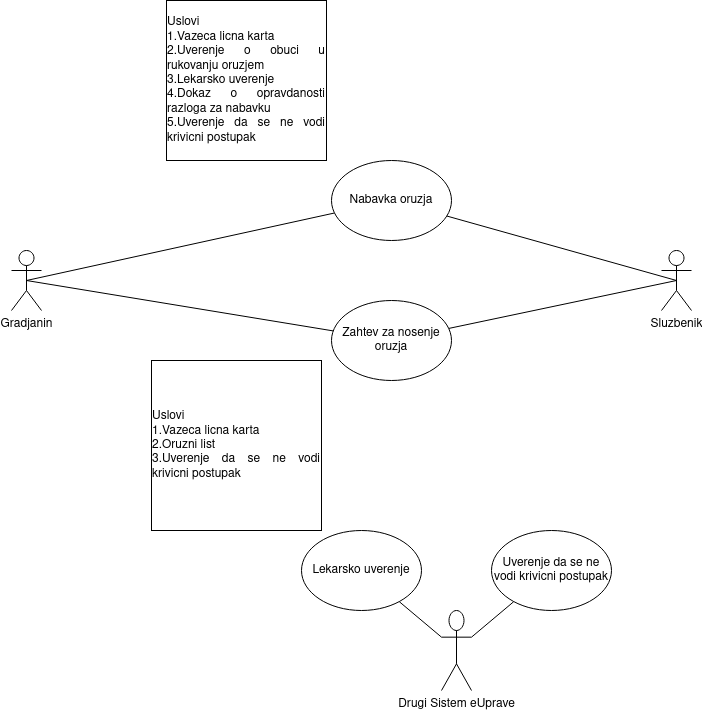
The draw.io diagram 8. MUP - oruzje/Use_case_diagram.png in stefanjelkic00/eUprava-1, before a commit. Source tidied: cells renumbered, new cells last; positions are measured from the earlier drawing's top-left corner, leaving out a move shared by most shapes. Its diagram source:
```xml
<mxGraphModel>
  <root>
    <mxCell id="0" />
    <mxCell id="1" parent="0" />
    <mxCell id="2" value="Gradjanin" style="shape=umlActor;verticalLabelPosition=bottom;verticalAlign=top;html=1;outlineConnect=0;" parent="1" vertex="1">
      <mxGeometry y="250" width="30" height="60" as="geometry" />
    </mxCell>
    <mxCell id="3" value="Nabavka oruzja" style="ellipse;whiteSpace=wrap;html=1;" parent="1" vertex="1">
      <mxGeometry x="320" y="160" width="120" height="80" as="geometry" />
    </mxCell>
    <mxCell id="4" value="Zahtev za nosenje oruzja" style="ellipse;whiteSpace=wrap;html=1;" parent="1" vertex="1">
      <mxGeometry x="320" y="300" width="120" height="80" as="geometry" />
    </mxCell>
    <mxCell id="5" value="&lt;div align=&quot;justify&quot;&gt;Uslovi&lt;/div&gt;&lt;div align=&quot;justify&quot;&gt; 1.Vazeca licna karta&lt;/div&gt;&lt;div align=&quot;justify&quot;&gt;2.Uverenje o obuci u rukovanju oruzjem&lt;/div&gt;&lt;div align=&quot;justify&quot;&gt;3.Lekarsko uverenje&lt;/div&gt;&lt;div align=&quot;justify&quot;&gt;4.Dokaz o opravdanosti razloga za nabavku&lt;/div&gt;&lt;div align=&quot;justify&quot;&gt;5.Uverenje da se ne vodi krivicni postupak&lt;/div&gt;" style="whiteSpace=wrap;html=1;" parent="1" vertex="1">
      <mxGeometry x="155" width="160" height="160" as="geometry" />
    </mxCell>
    <mxCell id="6" value="&lt;div align=&quot;justify&quot;&gt;Uslovi&lt;/div&gt;&lt;div align=&quot;justify&quot;&gt;1.Vazeca licna karta&lt;/div&gt;&lt;div align=&quot;justify&quot;&gt;2.Oruzni list&lt;/div&gt;&lt;div align=&quot;justify&quot;&gt;3.Uverenje da se ne vodi krivicni postupak&lt;/div&gt;" style="whiteSpace=wrap;html=1;" parent="1" vertex="1">
      <mxGeometry x="140" y="360" width="170" height="170" as="geometry" />
    </mxCell>
    <mxCell id="7" value="Drugi Sistem eUprave" style="shape=umlActor;verticalLabelPosition=bottom;verticalAlign=top;html=1;outlineConnect=0;" parent="1" vertex="1">
      <mxGeometry x="430" y="610" width="30" height="80" as="geometry" />
    </mxCell>
    <mxCell id="8" value="Lekarsko uverenje" style="ellipse;whiteSpace=wrap;html=1;" parent="1" vertex="1">
      <mxGeometry x="290" y="530" width="120" height="80" as="geometry" />
    </mxCell>
    <mxCell id="9" value="Uverenje da se ne vodi krivicni postupak" style="ellipse;whiteSpace=wrap;html=1;" parent="1" vertex="1">
      <mxGeometry x="480" y="530" width="120" height="80" as="geometry" />
    </mxCell>
    <mxCell id="10" style="endArrow=none;html=1;rounded=0;exitX=0;exitY=0.3333333333333333;exitDx=0;exitDy=0;exitPerimeter=0;" parent="1" edge="1" source="7" target="8">
      <mxGeometry relative="1" as="geometry" />
    </mxCell>
    <mxCell id="11" style="endArrow=none;html=1;rounded=0;exitX=1;exitY=0.3333333333333333;exitDx=0;exitDy=0;exitPerimeter=0;" parent="1" edge="1" source="7" target="9">
      <mxGeometry relative="1" as="geometry" />
    </mxCell>
    <mxCell id="12" value="Sluzbenik" style="shape=umlActor;verticalLabelPosition=bottom;verticalAlign=top;html=1;outlineConnect=0;" parent="1" vertex="1">
      <mxGeometry x="650" y="250" width="30" height="60" as="geometry" />
    </mxCell>
    <mxCell id="13" style="endArrow=none;html=1;rounded=0;exitX=0.5;exitY=0.5;exitDx=0;exitDy=0;exitPerimeter=0;" parent="1" edge="1" source="2" target="3">
      <mxGeometry relative="1" as="geometry" />
    </mxCell>
    <mxCell id="14" style="endArrow=none;html=1;rounded=0;exitX=0.5;exitY=0.5;exitDx=0;exitDy=0;exitPerimeter=0;" parent="1" edge="1" source="2" target="4">
      <mxGeometry relative="1" as="geometry" />
    </mxCell>
    <mxCell id="15" style="endArrow=none;html=1;rounded=0;entryX=0.5;entryY=0.5;entryDx=0;entryDy=0;entryPerimeter=0;" parent="1" edge="1" source="4" target="12">
      <mxGeometry relative="1" as="geometry" />
    </mxCell>
    <mxCell id="16" style="endArrow=none;html=1;rounded=0;entryX=0.5;entryY=0.5;entryDx=0;entryDy=0;entryPerimeter=0;" parent="1" edge="1" source="3" target="12">
      <mxGeometry relative="1" as="geometry" />
    </mxCell>
  </root>
</mxGraphModel>
```
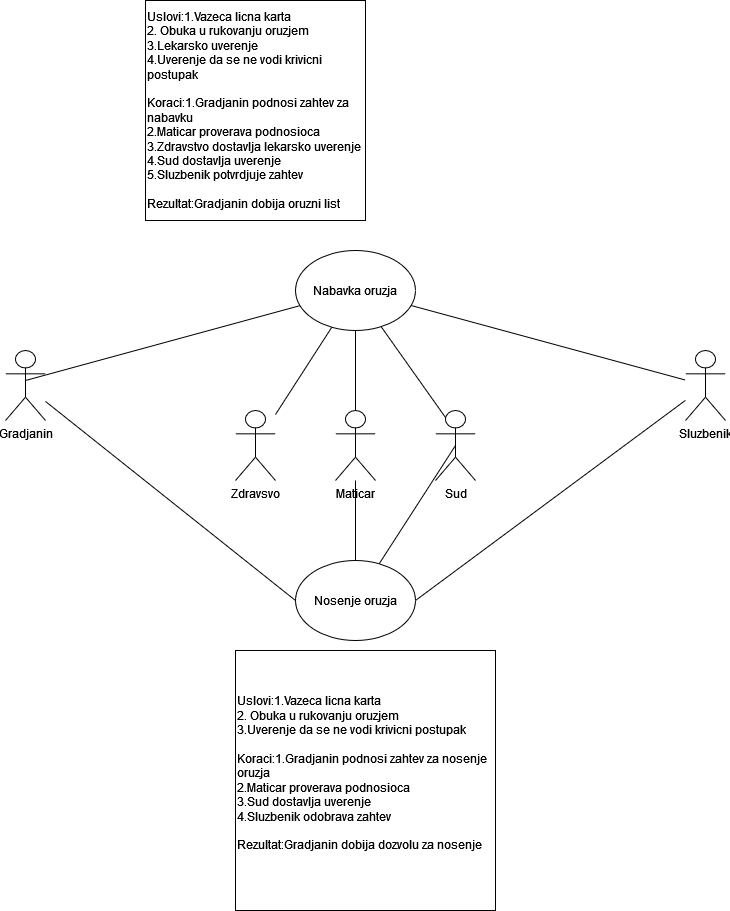
After the commit.

The edit, as a diff of the source:
```diff
@@ -3,49 +3,60 @@
     <mxCell id="0" />
     <mxCell id="1" parent="0" />
     <mxCell id="2" value="Gradjanin" style="shape=umlActor;verticalLabelPosition=bottom;verticalAlign=top;html=1;outlineConnect=0;" parent="1" vertex="1">
-      <mxGeometry y="250" width="30" height="60" as="geometry" />
+      <mxGeometry x="-30" y="370" width="40" height="70" as="geometry" />
     </mxCell>
+    <mxCell id="12" value="Sluzbenik" style="shape=umlActor;verticalLabelPosition=bottom;verticalAlign=top;html=1;outlineConnect=0;" parent="1" vertex="1">
+      <mxGeometry x="650" y="370" width="40" height="70" as="geometry" />
+    </mxCell>
     <mxCell id="3" value="Nabavka oruzja" style="ellipse;whiteSpace=wrap;html=1;" parent="1" vertex="1">
-      <mxGeometry x="320" y="160" width="120" height="80" as="geometry" />
+      <mxGeometry x="260" y="270" width="120" height="80" as="geometry" />
     </mxCell>
-    <mxCell id="4" value="Zahtev za nosenje oruzja" style="ellipse;whiteSpace=wrap;html=1;" parent="1" vertex="1">
-      <mxGeometry x="320" y="300" width="120" height="80" as="geometry" />
-    </mxCell>
-    <mxCell id="5" value="&lt;div align=&quot;justify&quot;&gt;Uslovi&lt;/div&gt;&lt;div align=&quot;justify&quot;&gt; 1.Vazeca licna karta&lt;/div&gt;&lt;div align=&quot;justify&quot;&gt;2.Uverenje o obuci u rukovanju oruzjem&lt;/div&gt;&lt;div align=&quot;justify&quot;&gt;3.Lekarsko uverenje&lt;/div&gt;&lt;div align=&quot;justify&quot;&gt;4.Dokaz o opravdanosti razloga za nabavku&lt;/div&gt;&lt;div align=&quot;justify&quot;&gt;5.Uverenje da se ne vodi krivicni postupak&lt;/div&gt;" style="whiteSpace=wrap;html=1;" parent="1" vertex="1">
-      <mxGeometry x="155" width="160" height="160" as="geometry" />
-    </mxCell>
-    <mxCell id="6" value="&lt;div align=&quot;justify&quot;&gt;Uslovi&lt;/div&gt;&lt;div align=&quot;justify&quot;&gt;1.Vazeca licna karta&lt;/div&gt;&lt;div align=&quot;justify&quot;&gt;2.Oruzni list&lt;/div&gt;&lt;div align=&quot;justify&quot;&gt;3.Uverenje da se ne vodi krivicni postupak&lt;/div&gt;" style="whiteSpace=wrap;html=1;" parent="1" vertex="1">
-      <mxGeometry x="140" y="360" width="170" height="170" as="geometry" />
-    </mxCell>
-    <mxCell id="7" value="Drugi Sistem eUprave" style="shape=umlActor;verticalLabelPosition=bottom;verticalAlign=top;html=1;outlineConnect=0;" parent="1" vertex="1">
-      <mxGeometry x="430" y="610" width="30" height="80" as="geometry" />
-    </mxCell>
-    <mxCell id="8" value="Lekarsko uverenje" style="ellipse;whiteSpace=wrap;html=1;" parent="1" vertex="1">
-      <mxGeometry x="290" y="530" width="120" height="80" as="geometry" />
-    </mxCell>
-    <mxCell id="9" value="Uverenje da se ne vodi krivicni postupak" style="ellipse;whiteSpace=wrap;html=1;" parent="1" vertex="1">
-      <mxGeometry x="480" y="530" width="120" height="80" as="geometry" />
-    </mxCell>
-    <mxCell id="10" style="endArrow=none;html=1;rounded=0;exitX=0;exitY=0.3333333333333333;exitDx=0;exitDy=0;exitPerimeter=0;" parent="1" edge="1" source="7" target="8">
-      <mxGeometry relative="1" as="geometry" />
-    </mxCell>
-    <mxCell id="11" style="endArrow=none;html=1;rounded=0;exitX=1;exitY=0.3333333333333333;exitDx=0;exitDy=0;exitPerimeter=0;" parent="1" edge="1" source="7" target="9">
-      <mxGeometry relative="1" as="geometry" />
-    </mxCell>
-    <mxCell id="12" value="Sluzbenik" style="shape=umlActor;verticalLabelPosition=bottom;verticalAlign=top;html=1;outlineConnect=0;" parent="1" vertex="1">
-      <mxGeometry x="650" y="250" width="30" height="60" as="geometry" />
-    </mxCell>
-    <mxCell id="13" style="endArrow=none;html=1;rounded=0;exitX=0.5;exitY=0.5;exitDx=0;exitDy=0;exitPerimeter=0;" parent="1" edge="1" source="2" target="3">
-      <mxGeometry relative="1" as="geometry" />
-    </mxCell>
-    <mxCell id="14" style="endArrow=none;html=1;rounded=0;exitX=0.5;exitY=0.5;exitDx=0;exitDy=0;exitPerimeter=0;" parent="1" edge="1" source="2" target="4">
-      <mxGeometry relative="1" as="geometry" />
-    </mxCell>
-    <mxCell id="15" style="endArrow=none;html=1;rounded=0;entryX=0.5;entryY=0.5;entryDx=0;entryDy=0;entryPerimeter=0;" parent="1" edge="1" source="4" target="12">
-      <mxGeometry relative="1" as="geometry" />
-    </mxCell>
+    <mxCell id="17" value="&lt;div&gt;Uslovi:1.Vazeca licna karta&lt;/div&gt;&lt;div&gt;2. Obuka u rukovanju oruzjem&lt;/div&gt;&lt;div&gt;3.Lekarsko uverenje&lt;/div&gt;&lt;div&gt;4.Uverenje da se ne vodi krivicni postupak&lt;/div&gt;&lt;div&gt;&lt;br&gt;&lt;/div&gt;&lt;div&gt;Koraci:1.Gradjanin podnosi zahtev za nabavku&lt;/div&gt;&lt;div&gt;2.Maticar proverava podnosioca&lt;/div&gt;&lt;div&gt;3.Zdravstvo dostavlja lekarsko uverenje&lt;/div&gt;&lt;div&gt;4.Sud dostavlja uverenje&lt;/div&gt;&lt;div&gt;5.Sluzbenik potvrdjuje zahtev&lt;/div&gt;&lt;div&gt;&lt;br&gt;&lt;/div&gt;&lt;div&gt;Rezultat:Gradjanin dobija oruzni list&lt;br&gt;&lt;/div&gt;" style="whiteSpace=wrap;html=1;align=left;" parent="1" vertex="1">
+      <mxGeometry x="110" y="20" width="220" height="220" as="geometry" />
+    </mxCell>
+    <mxCell id="18" style="endArrow=none;html=1;rounded=0;" parent="1" edge="1" target="3">
+      <mxGeometry relative="1" as="geometry">
+        <mxPoint x="-10" y="400" as="sourcePoint" />
+      </mxGeometry>
+    </mxCell>
+    <mxCell id="19" value="Zdravsvo" style="shape=umlActor;verticalLabelPosition=bottom;verticalAlign=top;html=1;outlineConnect=0;" parent="1" vertex="1">
+      <mxGeometry x="200" y="430" width="40" height="70" as="geometry" />
+    </mxCell>
+    <mxCell id="20" value="Maticar" style="shape=umlActor;verticalLabelPosition=bottom;verticalAlign=top;html=1;outlineConnect=0;" parent="1" vertex="1">
+      <mxGeometry x="300" y="430" width="40" height="70" as="geometry" />
+    </mxCell>
+    <mxCell id="21" value="Sud" style="shape=umlActor;verticalLabelPosition=bottom;verticalAlign=top;html=1;outlineConnect=0;" parent="1" vertex="1">
+      <mxGeometry x="400" y="430" width="40" height="70" as="geometry" />
+    </mxCell>
-    <mxCell id="16" style="endArrow=none;html=1;rounded=0;entryX=0.5;entryY=0.5;entryDx=0;entryDy=0;entryPerimeter=0;" parent="1" edge="1" source="3" target="12">
+    <mxCell id="16" style="endArrow=none;html=1;rounded=0;" parent="1" edge="1" source="3" target="12">
       <mxGeometry relative="1" as="geometry" />
     </mxCell>
+    <mxCell id="22" style="endArrow=none;html=1;rounded=0;" parent="1" edge="1" source="19" target="3">
+      <mxGeometry relative="1" as="geometry" />
+    </mxCell>
+    <mxCell id="23" style="endArrow=none;html=1;rounded=0;" parent="1" edge="1" source="20" target="3">
+      <mxGeometry relative="1" as="geometry" />
+    </mxCell>
+    <mxCell id="24" style="endArrow=none;html=1;rounded=0;exitX=0.25;exitY=0.1;exitDx=0;exitDy=0;exitPerimeter=0;" parent="1" edge="1" source="21" target="3">
+      <mxGeometry relative="1" as="geometry" />
+    </mxCell>
+    <mxCell id="25" value="Nosenje oruzja" style="ellipse;whiteSpace=wrap;html=1;" parent="1" vertex="1">
+      <mxGeometry x="260" y="580" width="120" height="80" as="geometry" />
+    </mxCell>
+    <mxCell id="26" style="endArrow=none;html=1;rounded=0;" parent="1" edge="1" source="25" target="20">
+      <mxGeometry relative="1" as="geometry" />
+    </mxCell>
+    <mxCell id="27" style="endArrow=none;html=1;rounded=0;entryX=0.5;entryY=0.5;entryDx=0;entryDy=0;entryPerimeter=0;" parent="1" edge="1" source="25" target="21">
+      <mxGeometry relative="1" as="geometry" />
+    </mxCell>
+    <mxCell id="28" style="endArrow=none;html=1;rounded=0;exitX=0;exitY=0.5;exitDx=0;exitDy=0;" parent="1" edge="1" source="25" target="2">
+      <mxGeometry relative="1" as="geometry" />
+    </mxCell>
+    <mxCell id="29" style="endArrow=none;html=1;rounded=0;exitX=1;exitY=0.5;exitDx=0;exitDy=0;" parent="1" edge="1" source="25" target="12">
+      <mxGeometry relative="1" as="geometry" />
+    </mxCell>
+    <mxCell id="30" value="&lt;div align=&quot;left&quot;&gt;&lt;br&gt;&lt;/div&gt;&lt;div align=&quot;left&quot;&gt;Uslovi:1.Vazeca licna karta&lt;/div&gt;&lt;div align=&quot;left&quot;&gt;2. Obuka u rukovanju oruzjem&lt;/div&gt;&lt;div align=&quot;left&quot;&gt;3.Uverenje da se ne vodi krivicni postupak&lt;/div&gt;&lt;div align=&quot;left&quot;&gt;&lt;br&gt;&lt;/div&gt;&lt;div align=&quot;left&quot;&gt;Koraci:1.Gradjanin podnosi zahtev za nosenje oruzja&lt;/div&gt;&lt;div align=&quot;left&quot;&gt;2.Maticar proverava podnosioca&lt;/div&gt;&lt;div align=&quot;left&quot;&gt;3.Sud dostavlja uverenje&lt;/div&gt;&lt;div align=&quot;left&quot;&gt;4.Sluzbenik odobrava zahtev&lt;/div&gt;&lt;div align=&quot;left&quot;&gt;&lt;br&gt;&lt;/div&gt;&lt;div align=&quot;left&quot;&gt;Rezultat:Gradjanin dobija dozvolu za nosenje&lt;br&gt;&lt;/div&gt;&lt;div align=&quot;left&quot;&gt;&lt;br&gt;&lt;br&gt;&lt;/div&gt;" style="whiteSpace=wrap;html=1;align=left;" parent="1" vertex="1">
+      <mxGeometry x="200" y="670" width="260" height="260" as="geometry" />
+    </mxCell>
   </root>
 </mxGraphModel>
```
